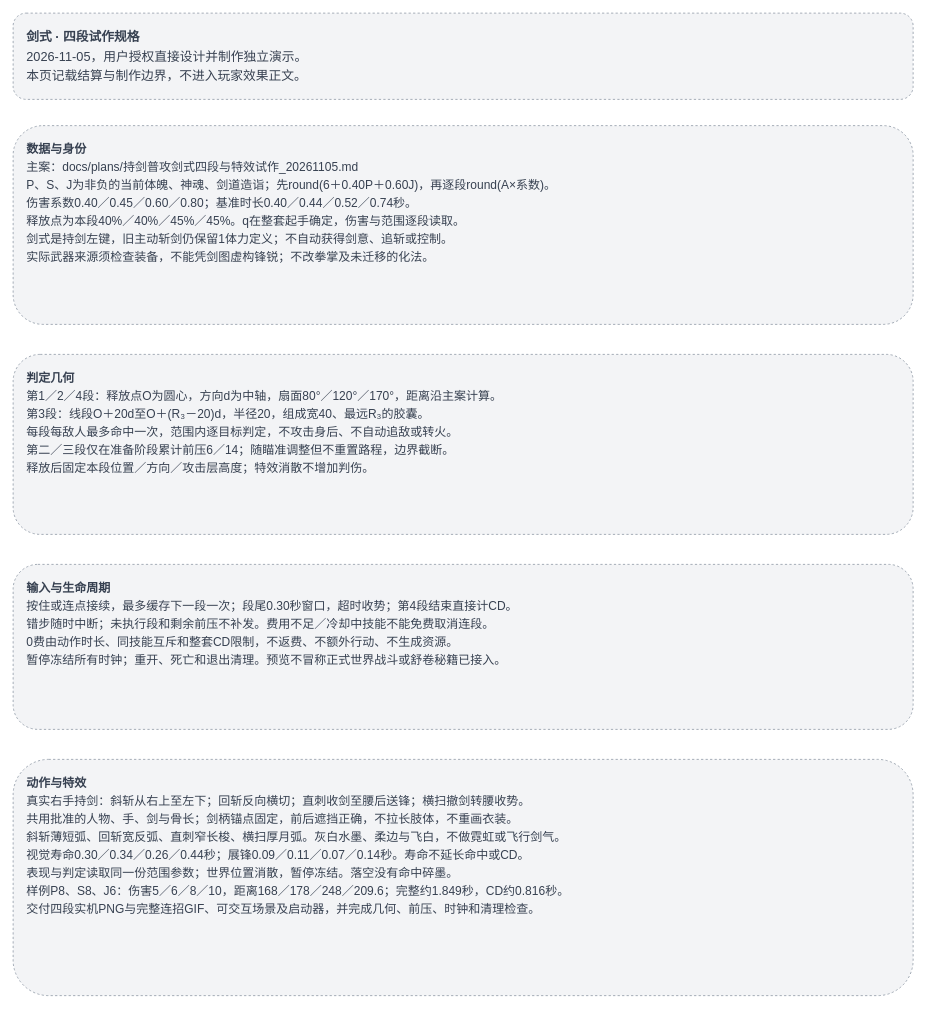
Before: page "02 策划说明（内部）" (2 of 2) of docs/卡牌词典/即时战斗基础招式/剑式.drawio in ankundanetracyc-spec/tian-guan-you-du, a draw.io diagram. Source tidied: cells renumbered, new cells numbered last; positions are measured from the earlier drawing's top-left corner, leaving out a move shared by most shapes. Both pictures are drawn from the tidied source at 75%, with x=0, y=0 at pixel (13, 13).
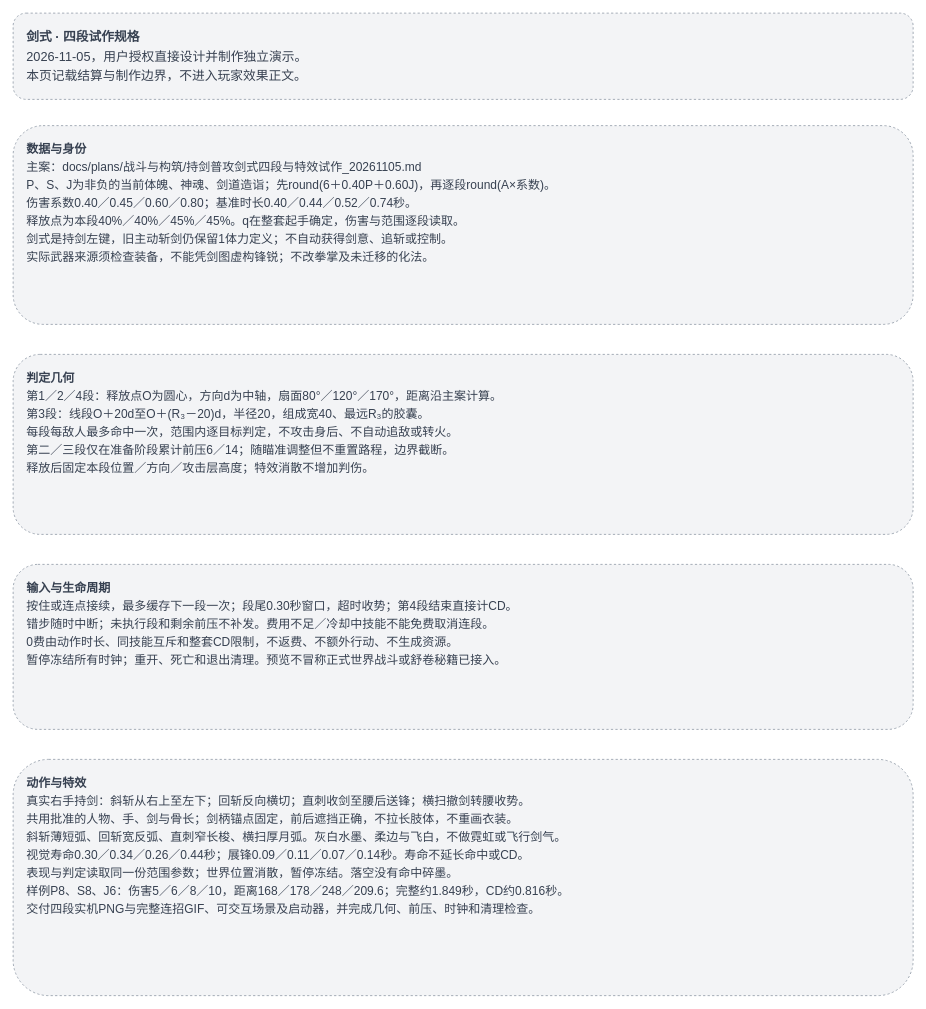
The same diagram, later.

Diff of the diagram source:
```diff
@@
 <mxGraphModel>
   <root>
     <mxCell id="0" />
     <mxCell id="1" parent="0" />
     <mxCell id="2" value="&lt;div style=&quot;line-height:1.5;text-align:left;&quot;&gt;&lt;b&gt;剑式 · 四段试作规格&lt;/b&gt;&lt;br&gt;2026-11-05，用户授权直接设计并制作独立演示。&lt;br&gt;本页记载结算与制作边界，不进入玩家效果正文。&lt;/div&gt;" style="rounded=1;whiteSpace=wrap;html=1;align=left;verticalAlign=top;spacing=0;spacingTop=15;spacingBottom=15;spacingLeft=18;spacingRight=18;fontFamily=Microsoft YaHei;fontSize=17;fillColor=#f3f4f6;strokeColor=#8993a0;fontColor=#374151;dashed=1;" parent="1" vertex="1">
       <mxGeometry width="1200" height="115" as="geometry" />
     </mxCell>
-    <mxCell id="3" value="&lt;div style=&quot;line-height:1.5;text-align:left;&quot;&gt;&lt;b&gt;数据与身份&lt;/b&gt;&lt;br&gt;主案：docs/plans/持剑普攻剑式四段与特效试作_20261105.md&lt;br&gt;P、S、J为非负的当前体魄、神魂、剑道造诣；先round(6＋0.40P＋0.60J)，再逐段round(A×系数)。&lt;br&gt;伤害系数0.40／0.45／0.60／0.80；基准时长0.40／0.44／0.52／0.74秒。&lt;br&gt;释放点为本段40%／40%／45%／45%。q在整套起手确定，伤害与范围逐段读取。&lt;br&gt;剑式是持剑左键，旧主动斩剑仍保留1体力定义；不自动获得剑意、追斩或控制。&lt;br&gt;实际武器来源须检查装备，不能凭剑图虚构锋锐；不改拳掌及未迁移的化法。&lt;/div&gt;" style="rounded=1;whiteSpace=wrap;html=1;align=left;verticalAlign=top;spacing=0;spacingTop=15;spacingBottom=15;spacingLeft=18;spacingRight=18;fontFamily=Microsoft YaHei;fontSize=16;fillColor=#f3f4f6;strokeColor=#8993a0;fontColor=#374151;dashed=1;" parent="1" vertex="1">
+    <mxCell id="3" value="&lt;div style=&quot;line-height:1.5;text-align:left;&quot;&gt;&lt;b&gt;数据与身份&lt;/b&gt;&lt;br&gt;主案：docs/plans/战斗与构筑/持剑普攻剑式四段与特效试作_20261105.md&lt;br&gt;P、S、J为非负的当前体魄、神魂、剑道造诣；先round(6＋0.40P＋0.60J)，再逐段round(A×系数)。&lt;br&gt;伤害系数0.40／0.45／0.60／0.80；基准时长0.40／0.44／0.52／0.74秒。&lt;br&gt;释放点为本段40%／40%／45%／45%。q在整套起手确定，伤害与范围逐段读取。&lt;br&gt;剑式是持剑左键，旧主动斩剑仍保留1体力定义；不自动获得剑意、追斩或控制。&lt;br&gt;实际武器来源须检查装备，不能凭剑图虚构锋锐；不改拳掌及未迁移的化法。&lt;/div&gt;" style="rounded=1;whiteSpace=wrap;html=1;align=left;verticalAlign=top;spacing=0;spacingTop=15;spacingBottom=15;spacingLeft=18;spacingRight=18;fontFamily=Microsoft YaHei;fontSize=16;fillColor=#f3f4f6;strokeColor=#8993a0;fontColor=#374151;dashed=1;" parent="1" vertex="1">
       <mxGeometry y="150" width="1200" height="265" as="geometry" />
     </mxCell>
     <mxCell id="4" value="&lt;div style=&quot;line-height:1.5;text-align:left;&quot;&gt;&lt;b&gt;判定几何&lt;/b&gt;&lt;br&gt;第1／2／4段：释放点O为圆心，方向d为中轴，扇面80°／120°／170°，距离沿主案计算。&lt;br&gt;第3段：线段O＋20d至O＋(R₃－20)d，半径20，组成宽40、最远R₃的胶囊。&lt;br&gt;每段每敌人最多命中一次，范围内逐目标判定，不攻击身后、不自动追敌或转火。&lt;br&gt;第二／三段仅在准备阶段累计前压6／14；随瞄准调整但不重置路程，边界截断。&lt;br&gt;释放后固定本段位置／方向／攻击层高度；特效消散不增加判伤。&lt;/div&gt;" style="rounded=1;whiteSpace=wrap;html=1;align=left;verticalAlign=top;spacing=0;spacingTop=15;spacingBottom=15;spacingLeft=18;spacingRight=18;fontFamily=Microsoft YaHei;fontSize=16;fillColor=#f3f4f6;strokeColor=#8993a0;fontColor=#374151;dashed=1;" parent="1" vertex="1">
       <mxGeometry y="455" width="1200" height="240" as="geometry" />
     </mxCell>
     <mxCell id="5" value="&lt;div style=&quot;line-height:1.5;text-align:left;&quot;&gt;&lt;b&gt;输入与生命周期&lt;/b&gt;&lt;br&gt;按住或连点接续，最多缓存下一段一次；段尾0.30秒窗口，超时收势；第4段结束直接计CD。&lt;br&gt;错步随时中断；未执行段和剩余前压不补发。费用不足／冷却中技能不能免费取消连段。&lt;br&gt;0费由动作时长、同技能互斥和整套CD限制，不返费、不额外行动、不生成资源。&lt;br&gt;暂停冻结所有时钟；重开、死亡和退出清理。预览不冒称正式世界战斗或舒卷秘籍已接入。&lt;/div&gt;" style="rounded=1;whiteSpace=wrap;html=1;align=left;verticalAlign=top;spacing=0;spacingTop=15;spacingBottom=15;spacingLeft=18;spacingRight=18;fontFamily=Microsoft YaHei;fontSize=16;fillColor=#f3f4f6;strokeColor=#8993a0;fontColor=#374151;dashed=1;" parent="1" vertex="1">
       <mxGeometry y="735" width="1200" height="220" as="geometry" />
     </mxCell>
     <mxCell id="6" value="&lt;div style=&quot;line-height:1.5;text-align:left;&quot;&gt;&lt;b&gt;动作与特效&lt;/b&gt;&lt;br&gt;真实右手持剑：斜斩从右上至左下；回斩反向横切；直刺收剑至腰后送锋；横扫撤剑转腰收势。&lt;br&gt;共用批准的人物、手、剑与骨长；剑柄锚点固定，前后遮挡正确，不拉长肢体，不重画衣装。&lt;br&gt;斜斩薄短弧、回斩宽反弧、直刺窄长梭、横扫厚月弧。灰白水墨、柔边与飞白，不做霓虹或飞行剑气。&lt;br&gt;视觉寿命0.30／0.34／0.26／0.44秒；展锋0.09／0.11／0.07／0.14秒。寿命不延长命中或CD。&lt;br&gt;表现与判定读取同一份范围参数；世界位置消散，暂停冻结。落空没有命中碎墨。&lt;br&gt;样例P8、S8、J6：伤害5／6／8／10，距离168／178／248／209.6；完整约1.849秒，CD约0.816秒。&lt;br&gt;交付四段实机PNG与完整连招GIF、可交互场景及启动器，并完成几何、前压、时钟和清理检查。&lt;/div&gt;" style="rounded=1;whiteSpace=wrap;html=1;align=left;verticalAlign=top;spacing=0;spacingTop=15;spacingBottom=15;spacingLeft=18;spacingRight=18;fontFamily=Microsoft YaHei;fontSize=16;fillColor=#f3f4f6;strokeColor=#8993a0;fontColor=#374151;dashed=1;" parent="1" vertex="1">
       <mxGeometry y="995" width="1200" height="315" as="geometry" />
     </mxCell>
   </root>
 </mxGraphModel>
```
